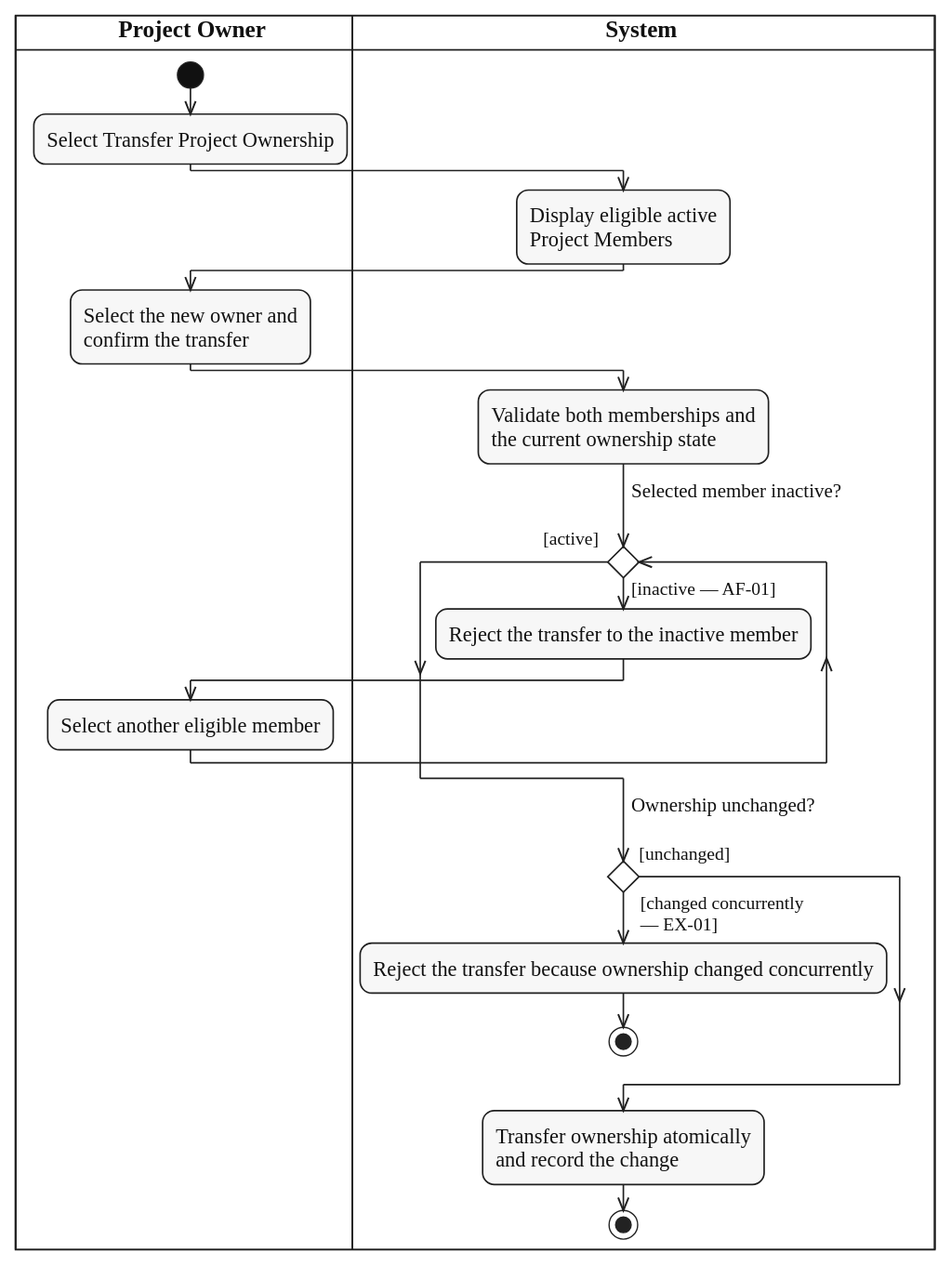
This is diagrams/activity/project-membership/svg/UC-PROJECT-OWNERSHIP-TRANSFER.svg from lukenab/swd392-doc-automation, a PlantUML export, as it was before one commit. Its source is kept beside it as diagrams/activity/project-membership/source/UC-PROJECT-OWNERSHIP-TRANSFER.puml. The source it was exported from:
```plantuml
@startuml UC-PROJECT-OWNERSHIP-TRANSFER
!include ../../_shared/activity-style.puml

|OWN| $lane_title("Project Owner")
|SYS| $lane_title("System")

|OWN|
start
:Select Transfer Project Ownership;
|SYS|
:Display eligible active
Project Members;
|OWN|
:Select the new owner and
confirm the transfer;
|SYS|
:Validate both memberships and
the current ownership state;
while ($question("Selected member inactive?")) is ($guard_left("[inactive — AF-01]"))
  :Reject the transfer to the inactive member;
  |OWN|
  :Select another eligible member;
  |SYS|
endwhile ($guard("[active]"))
if ($question("Ownership unchanged?")) then ($guard_left("[unchanged]"))
else ($guard_right("[changed concurrently", "— EX-01]"))
  :Reject the transfer because ownership changed concurrently;
  stop
endif
:Transfer ownership atomically
and record the change;
stop
@enduml
```
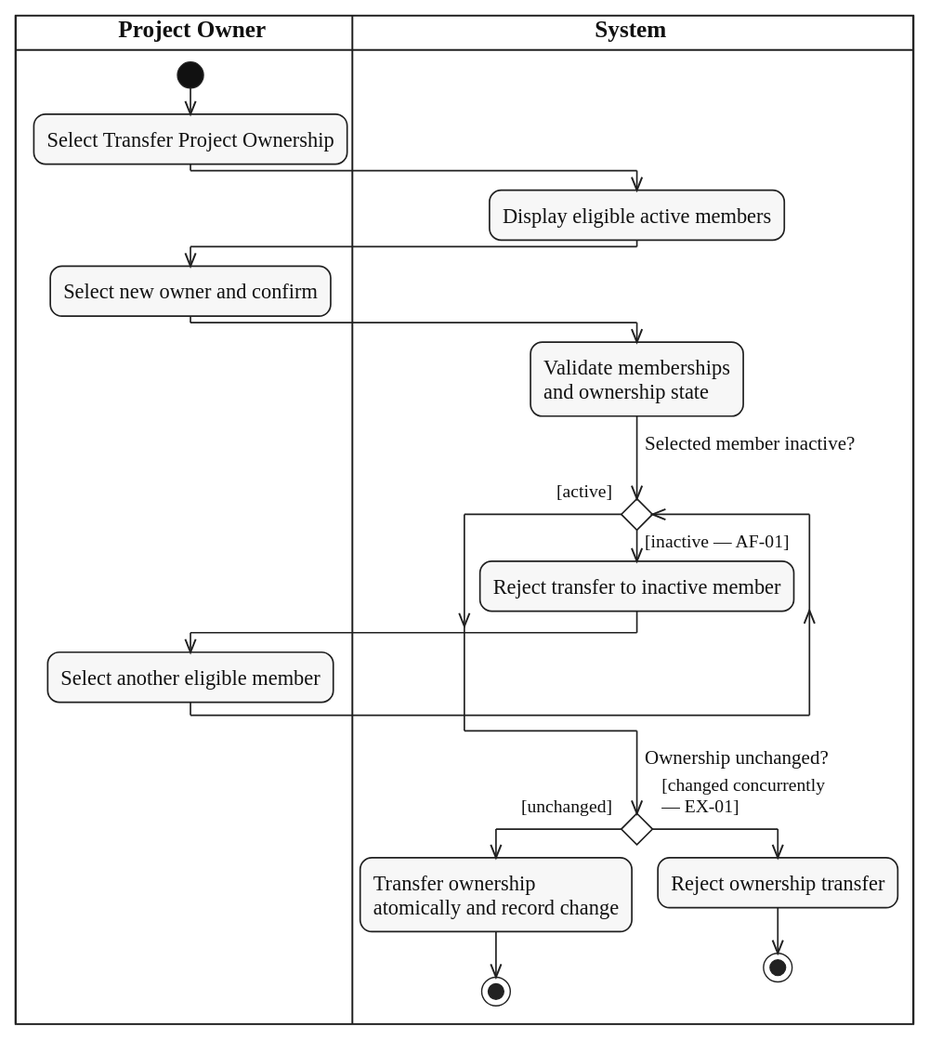
The same diagram one commit later.

Change to the diagram source:
```diff
@@ -8,26 +8,25 @@
 start
 :Select Transfer Project Ownership;
 |SYS|
-:Display eligible active
-Project Members;
+:Display eligible active members;
 |OWN|
-:Select the new owner and
-confirm the transfer;
+:Select new owner and confirm;
 |SYS|
-:Validate both memberships and
-the current ownership state;
+:Validate memberships
+and ownership state;
 while ($question("Selected member inactive?")) is ($guard_left("[inactive — AF-01]"))
-  :Reject the transfer to the inactive member;
+  :Reject transfer to inactive member;
   |OWN|
   :Select another eligible member;
   |SYS|
 endwhile ($guard("[active]"))
 if ($question("Ownership unchanged?")) then ($guard_left("[unchanged]"))
+  :Transfer ownership
+  atomically and record change;
+  stop
 else ($guard_right("[changed concurrently", "— EX-01]"))
-  :Reject the transfer because ownership changed concurrently;
+  |SYS|
+  :Reject ownership transfer;
   stop
 endif
-:Transfer ownership atomically
-and record the change;
-stop
 @enduml
```
